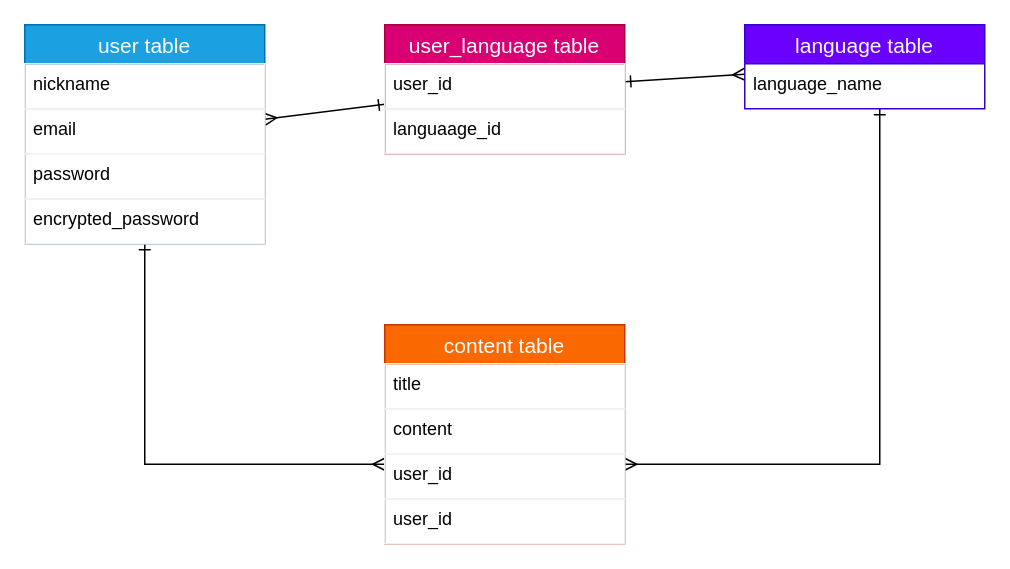
Hempraw/my_textbook keeps this draw.io diagram as ER.dio. Above is the earlier version. Source tidied: cells renumbered, new cells numbered last; positions are measured from the earlier drawing's top-left corner, leaving out a move shared by most shapes. Both pictures are drawn from the tidied source at 150%, with x=0, y=0 at pixel (24, 24).
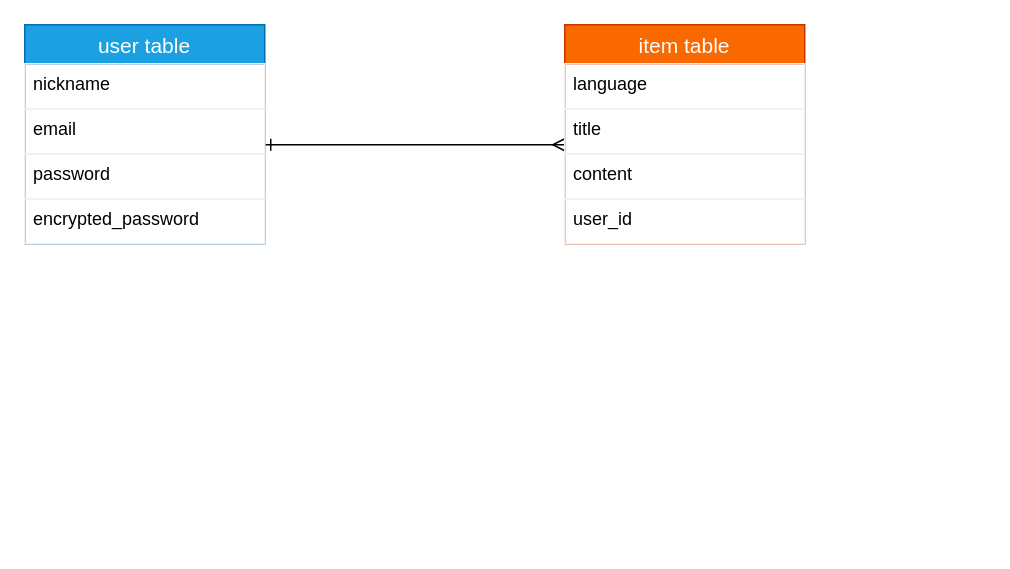
After the change.

The change refers to these unchanged cells:
```xml
<mxCell id="4" value="user table" style="swimlane;fontStyle=0;horizontal=1;startSize=26;align=center;fontSize=14;fillColor=#1ba1e2;strokeColor=#006EAF;fontColor=#ffffff;" parent="1" vertex="1">
  <mxGeometry width="160" height="146" as="geometry" />
</mxCell>
```

The edit, as a diff of the source:
```diff
@@
-    <mxCell id="2" style="rounded=0;jettySize=auto;html=1;startArrow=ERmany;startFill=0;endArrow=ERone;endFill=0;" parent="1" edge="1" source="4" target="13">
-      <mxGeometry relative="1" as="geometry" />
-    </mxCell>
     <mxCell id="3" style="edgeStyle=orthogonalEdgeStyle;rounded=0;jettySize=auto;html=1;endArrow=ERmany;endFill=0;startArrow=ERone;startFill=0;" parent="1" edge="1" source="4" target="16">
       <mxGeometry relative="1" as="geometry">
         <Array as="points">
-          <mxPoint x="80" y="293" />
+          <mxPoint x="260" y="80" />
+          <mxPoint x="260" y="80" />
         </Array>
       </mxGeometry>
     </mxCell>
@@
-    <mxCell id="9" style="rounded=0;jettySize=auto;html=1;endArrow=ERone;endFill=0;startArrow=ERmany;startFill=0;" parent="1" edge="1" source="11" target="13">
-      <mxGeometry relative="1" as="geometry" />
-    </mxCell>
-    <mxCell id="10" style="edgeStyle=orthogonalEdgeStyle;rounded=0;jettySize=auto;html=1;startArrow=ERone;startFill=0;endArrow=ERmany;endFill=0;" parent="1" edge="1" source="11" target="16">
-      <mxGeometry relative="1" as="geometry">
-        <Array as="points">
-          <mxPoint x="570" y="293" />
-        </Array>
-      </mxGeometry>
-    </mxCell>
-    <mxCell id="11" value="language table" style="swimlane;fontStyle=0;horizontal=1;startSize=26;align=center;fontSize=14;strokeColor=#3700CC;fillColor=#6a00ff;fontColor=#ffffff;" parent="1" vertex="1">
-      <mxGeometry x="480" width="160" height="56" as="geometry" />
-    </mxCell>
-    <mxCell id="12" value="language_name" style="text;strokeColor=none;fillColor=none;spacingLeft=4;spacingRight=4;overflow=hidden;fontSize=12;" parent="11" vertex="1">
-      <mxGeometry y="26" width="160" height="30" as="geometry" />
-    </mxCell>
-    <mxCell id="13" value="user_language table" style="swimlane;fontStyle=0;horizontal=1;startSize=26;align=center;fontSize=14;strokeColor=#A50040;fillColor=#d80073;fontColor=#ffffff;" parent="1" vertex="1">
-      <mxGeometry x="240" width="160" height="86" as="geometry" />
-    </mxCell>
-    <mxCell id="14" value="user_id" style="text;fillColor=none;spacingLeft=4;spacingRight=4;overflow=hidden;fontSize=12;strokeColor=#f0f0f0;" parent="13" vertex="1">
-      <mxGeometry y="26" width="160" height="30" as="geometry" />
-    </mxCell>
-    <mxCell id="15" value="languaage_id" style="text;fillColor=none;spacingLeft=4;spacingRight=4;overflow=hidden;fontSize=12;strokeColor=#f0f0f0;" parent="13" vertex="1">
-      <mxGeometry y="56" width="160" height="30" as="geometry" />
-    </mxCell>
-    <mxCell id="16" value="content table" style="swimlane;fontStyle=0;horizontal=1;startSize=26;align=center;fontSize=14;strokeColor=#C73500;fillColor=#fa6800;fontColor=#ffffff;" parent="1" vertex="1">
-      <mxGeometry x="240" y="200" width="160" height="146" as="geometry" />
+    <mxCell id="16" value="item table" style="swimlane;fontStyle=0;horizontal=1;startSize=26;align=center;fontSize=14;strokeColor=#C73500;fillColor=#fa6800;fontColor=#ffffff;" parent="1" vertex="1">
+      <mxGeometry x="360" width="160" height="146" as="geometry" />
     </mxCell>
+    <mxCell id="21" value="language" style="text;fillColor=none;spacingLeft=4;spacingRight=4;overflow=hidden;fontSize=12;strokeColor=#f0f0f0;" parent="16" vertex="1">
+      <mxGeometry y="26" width="160" height="30" as="geometry" />
+    </mxCell>
     <mxCell id="17" value="title" style="text;fillColor=none;spacingLeft=4;spacingRight=4;overflow=hidden;fontSize=12;strokeColor=#f0f0f0;" parent="16" vertex="1">
-      <mxGeometry y="26" width="160" height="30" as="geometry" />
+      <mxGeometry y="56" width="160" height="30" as="geometry" />
     </mxCell>
     <mxCell id="18" value="content" style="text;fillColor=none;spacingLeft=4;spacingRight=4;overflow=hidden;fontSize=12;strokeColor=#f0f0f0;" parent="16" vertex="1">
-      <mxGeometry y="56" width="160" height="30" as="geometry" />
+      <mxGeometry y="86" width="160" height="30" as="geometry" />
     </mxCell>
     <mxCell id="19" value="user_id" style="text;fillColor=none;spacingLeft=4;spacingRight=4;overflow=hidden;fontSize=12;strokeColor=#f0f0f0;" parent="16" vertex="1">
-      <mxGeometry y="86" width="160" height="30" as="geometry" />
+      <mxGeometry y="116" width="160" height="30" as="geometry" />
     </mxCell>
-    <mxCell id="20" value="user_id" style="text;fillColor=none;spacingLeft=4;spacingRight=4;overflow=hidden;fontSize=12;strokeColor=#f0f0f0;" parent="16" vertex="1">
-      <mxGeometry y="116" width="160" height="30" as="geometry" />
-    </mxCell>
```
